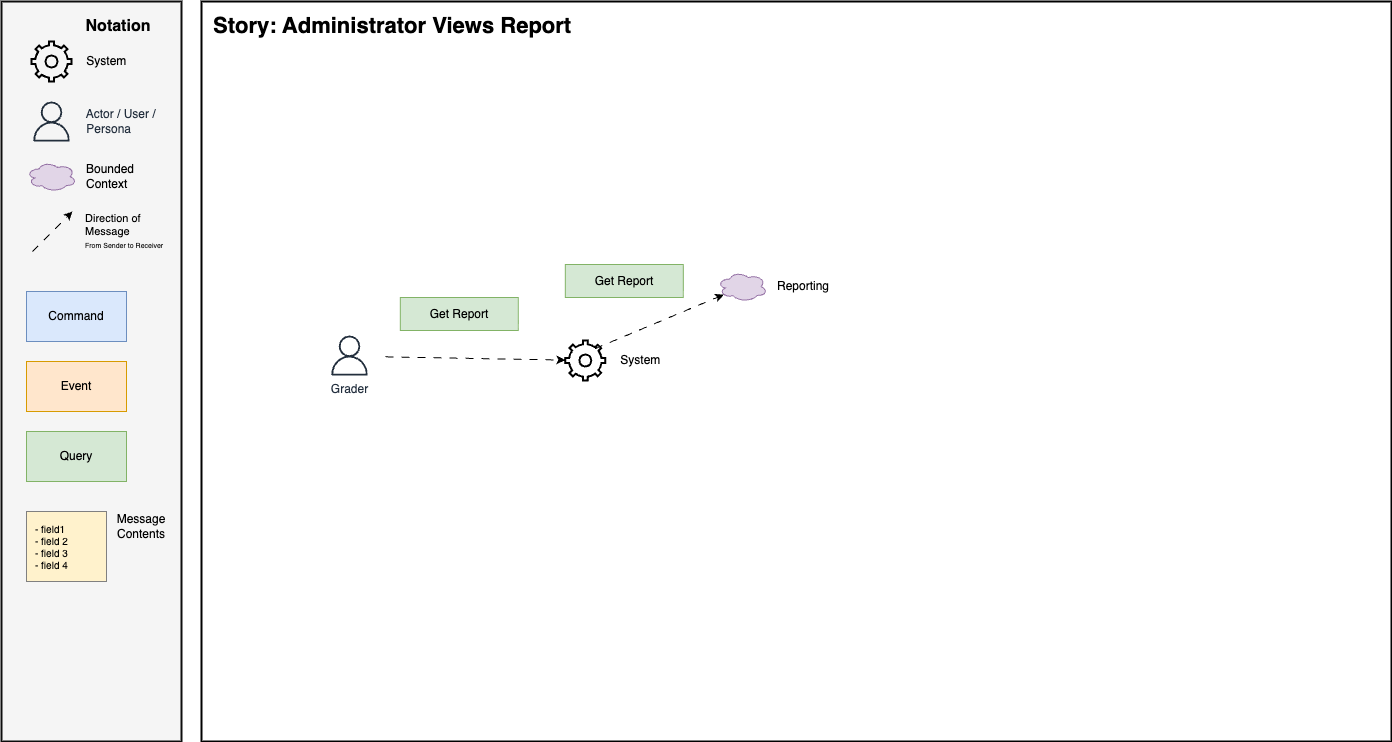
cooperlutz/go-full keeps this draw.io diagram as docs/docs/domain_modelling/_img/kata_domain_message_flows/administrator_views_report.drawio.png. Above is the earlier version. Source tidied: cells renumbered, new cells last; positions are measured from the earlier drawing's top-left corner, leaving out a move shared by most shapes.
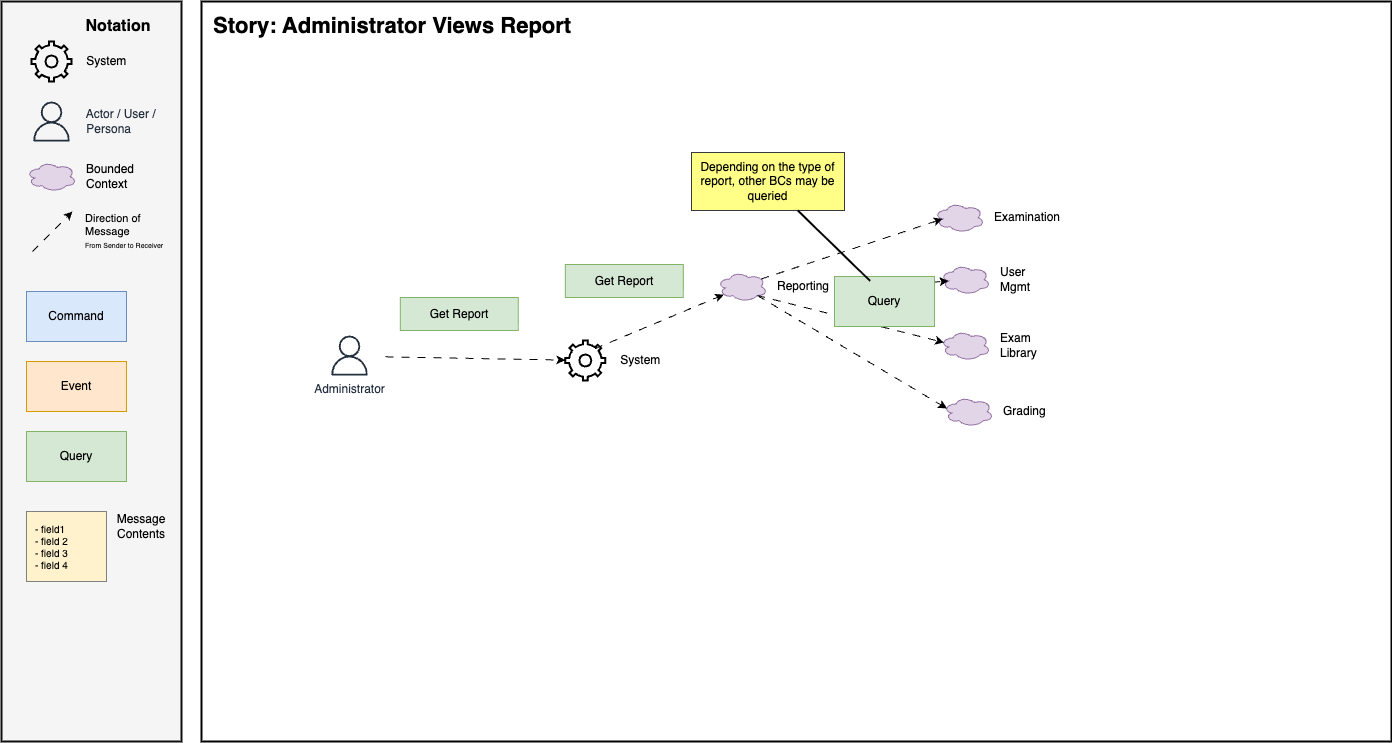
Later version of the same file.

The edit, as a diff of the source:
```diff
@@ -67,8 +67,50 @@
     <mxCell id="20" value="Get Report" style="rounded=0;whiteSpace=wrap;html=1;fillColor=#d5e8d4;strokeColor=#82b366;" parent="1" vertex="1">
       <mxGeometry x="563.8" y="263" width="118" height="33" as="geometry" />
     </mxCell>
-    <mxCell id="21" value="Grader" style="sketch=0;fontColor=#232F3E;gradientColor=none;fillColor=#232F3D;strokeColor=none;dashed=0;verticalLabelPosition=bottom;verticalAlign=top;align=center;html=1;fontSize=12;fontStyle=0;shape=mxgraph.aws4.user;labelPosition=center;" parent="1" vertex="1">
+    <mxCell id="21" value="Administrator" style="sketch=0;fontColor=#232F3E;gradientColor=none;fillColor=#232F3D;strokeColor=none;dashed=0;verticalLabelPosition=bottom;verticalAlign=top;align=center;html=1;fontSize=12;fontStyle=0;shape=mxgraph.aws4.user;labelPosition=center;" parent="1" vertex="1">
       <mxGeometry x="328" y="334" width="40" height="40" as="geometry" />
     </mxCell>
+    <mxCell id="22" value="Examination" style="ellipse;shape=cloud;whiteSpace=wrap;html=1;align=left;fillColor=#e1d5e7;strokeColor=#9673a6;labelPosition=right;verticalLabelPosition=middle;verticalAlign=middle;spacingLeft=8;" parent="1" vertex="1">
+      <mxGeometry x="933" y="201" width="50" height="30" as="geometry" />
+    </mxCell>
+    <mxCell id="23" value="User Mgmt" style="ellipse;shape=cloud;whiteSpace=wrap;html=1;align=left;fillColor=#e1d5e7;strokeColor=#9673a6;labelPosition=right;verticalLabelPosition=middle;verticalAlign=middle;spacingLeft=8;" parent="1" vertex="1">
+      <mxGeometry x="939" y="263" width="50" height="30" as="geometry" />
+    </mxCell>
+    <mxCell id="24" value="Exam Library" style="ellipse;shape=cloud;whiteSpace=wrap;html=1;align=left;fillColor=#e1d5e7;strokeColor=#9673a6;labelPosition=right;verticalLabelPosition=middle;verticalAlign=middle;spacingLeft=8;" parent="1" vertex="1">
+      <mxGeometry x="939" y="329" width="50" height="30" as="geometry" />
+    </mxCell>
+    <mxCell id="25" value="Grading" style="ellipse;shape=cloud;whiteSpace=wrap;html=1;align=left;fillColor=#e1d5e7;strokeColor=#9673a6;labelPosition=right;verticalLabelPosition=middle;verticalAlign=middle;spacingLeft=8;" parent="1" vertex="1">
+      <mxGeometry x="942" y="395" width="50" height="30" as="geometry" />
+    </mxCell>
+    <mxCell id="26" style="endArrow=classic;html=1;rounded=0;endFill=1;dashed=1;dashPattern=8 8;labelBackgroundColor=none;align=left;spacingLeft=31;exitX=0.88;exitY=0.25;exitDx=0;exitDy=0;exitPerimeter=0;entryX=0.16;entryY=0.55;entryDx=0;entryDy=0;entryPerimeter=0;" parent="1" edge="1" source="18" target="22">
+      <mxGeometry x="-0.72" y="39" relative="1" as="geometry">
+        <mxPoint y="1" as="offset" />
+      </mxGeometry>
+    </mxCell>
+    <mxCell id="27" style="endArrow=classic;html=1;rounded=0;endFill=1;dashed=1;dashPattern=8 8;labelBackgroundColor=none;align=left;spacingLeft=31;entryX=0.16;entryY=0.55;entryDx=0;entryDy=0;entryPerimeter=0;" parent="1" edge="1" target="23">
+      <mxGeometry x="-0.72" y="39" relative="1" as="geometry">
+        <mxPoint x="835" y="288" as="sourcePoint" />
+        <mxPoint y="1" as="offset" />
+      </mxGeometry>
+    </mxCell>
+    <mxCell id="28" style="endArrow=classic;html=1;rounded=0;endFill=1;dashed=1;dashPattern=8 8;labelBackgroundColor=none;align=left;spacingLeft=31;entryX=0.07;entryY=0.4;entryDx=0;entryDy=0;entryPerimeter=0;exitX=0.8;exitY=0.8;exitDx=0;exitDy=0;exitPerimeter=0;" parent="1" edge="1" source="18" target="24">
+      <mxGeometry x="-0.72" y="39" relative="1" as="geometry">
+        <mxPoint y="1" as="offset" />
+      </mxGeometry>
+    </mxCell>
+    <mxCell id="29" style="endArrow=classic;html=1;rounded=0;endFill=1;dashed=1;dashPattern=8 8;labelBackgroundColor=none;align=left;spacingLeft=31;entryX=0.07;entryY=0.4;entryDx=0;entryDy=0;entryPerimeter=0;exitX=0.8;exitY=0.8;exitDx=0;exitDy=0;exitPerimeter=0;" parent="1" edge="1" source="18" target="25">
+      <mxGeometry x="-0.72" y="39" relative="1" as="geometry">
+        <mxPoint y="1" as="offset" />
+      </mxGeometry>
+    </mxCell>
+    <mxCell id="30" value="Query" style="rounded=0;whiteSpace=wrap;html=1;fillColor=#d5e8d4;strokeColor=#82b366;" parent="1" vertex="1">
+      <mxGeometry x="833" y="275" width="100" height="50" as="geometry" />
+    </mxCell>
+    <mxCell id="31" value="Depending on the type of report, other BCs may be queried" style="rounded=0;whiteSpace=wrap;html=1;fillColor=#ffff88;strokeColor=#36393d;" parent="1" vertex="1">
+      <mxGeometry x="690" y="151" width="153" height="58" as="geometry" />
+    </mxCell>
+    <mxCell id="32" style="edgeStyle=none;html=1;entryX=0.356;entryY=0.088;entryDx=0;entryDy=0;entryPerimeter=0;strokeWidth=2;endArrow=none;endFill=0;" parent="1" edge="1" source="31" target="30">
+      <mxGeometry relative="1" as="geometry" />
+    </mxCell>
   </root>
 </mxGraphModel>
```
